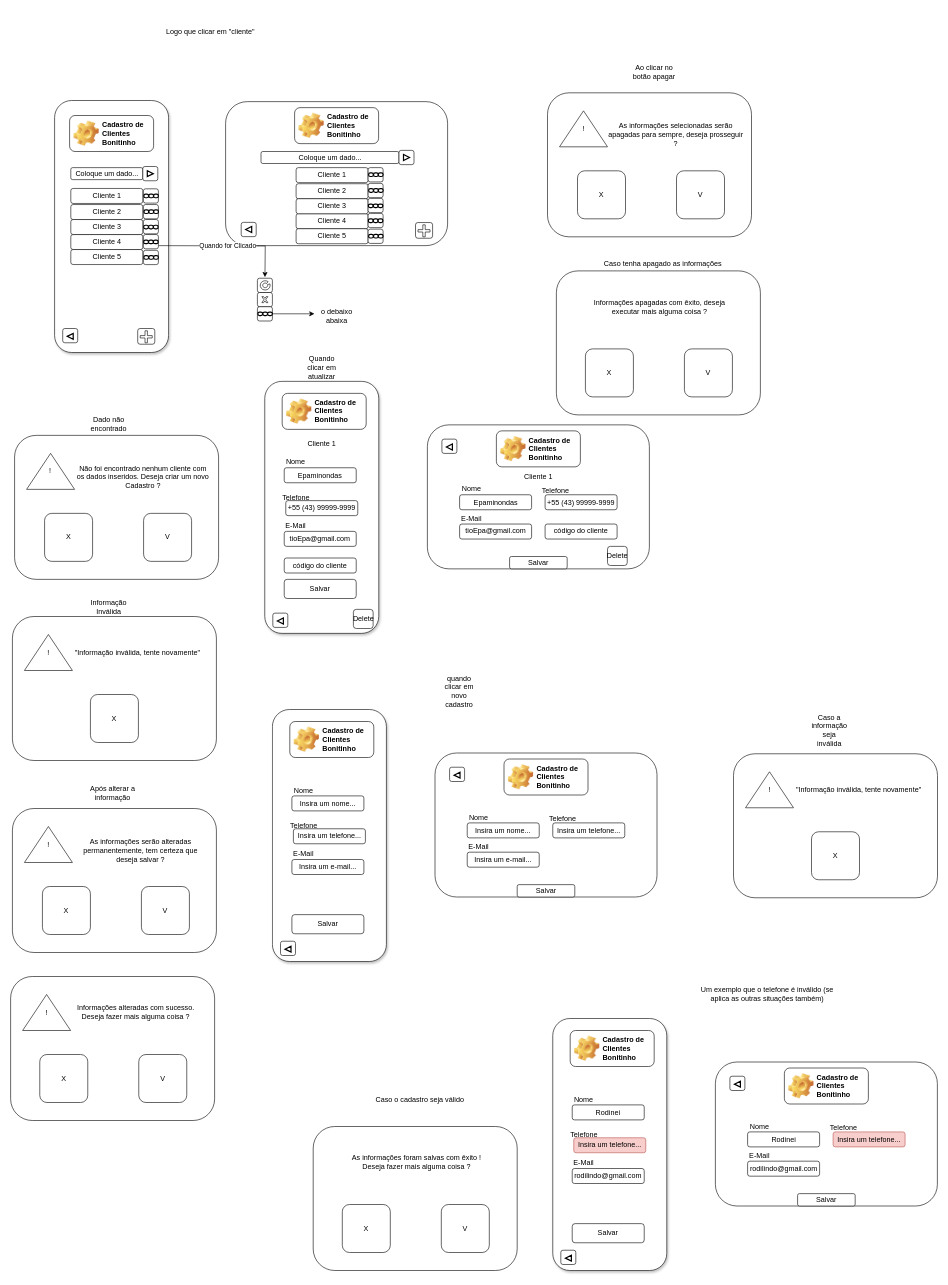
Earlier version of the draw.io diagram page "Cadastro de Clientes (desenho)" (3 of 13) of DOC/Fluxograma.drawio (GuilhermeIgarashi7/avatar-Fluxograma). Source tidied: cells renumbered, new cells numbered last; positions are measured from the earlier drawing's top-left corner, leaving out a move shared by most shapes. Both pictures are drawn from the tidied source at 60%, with x=0, y=0 at pixel (10, 10).
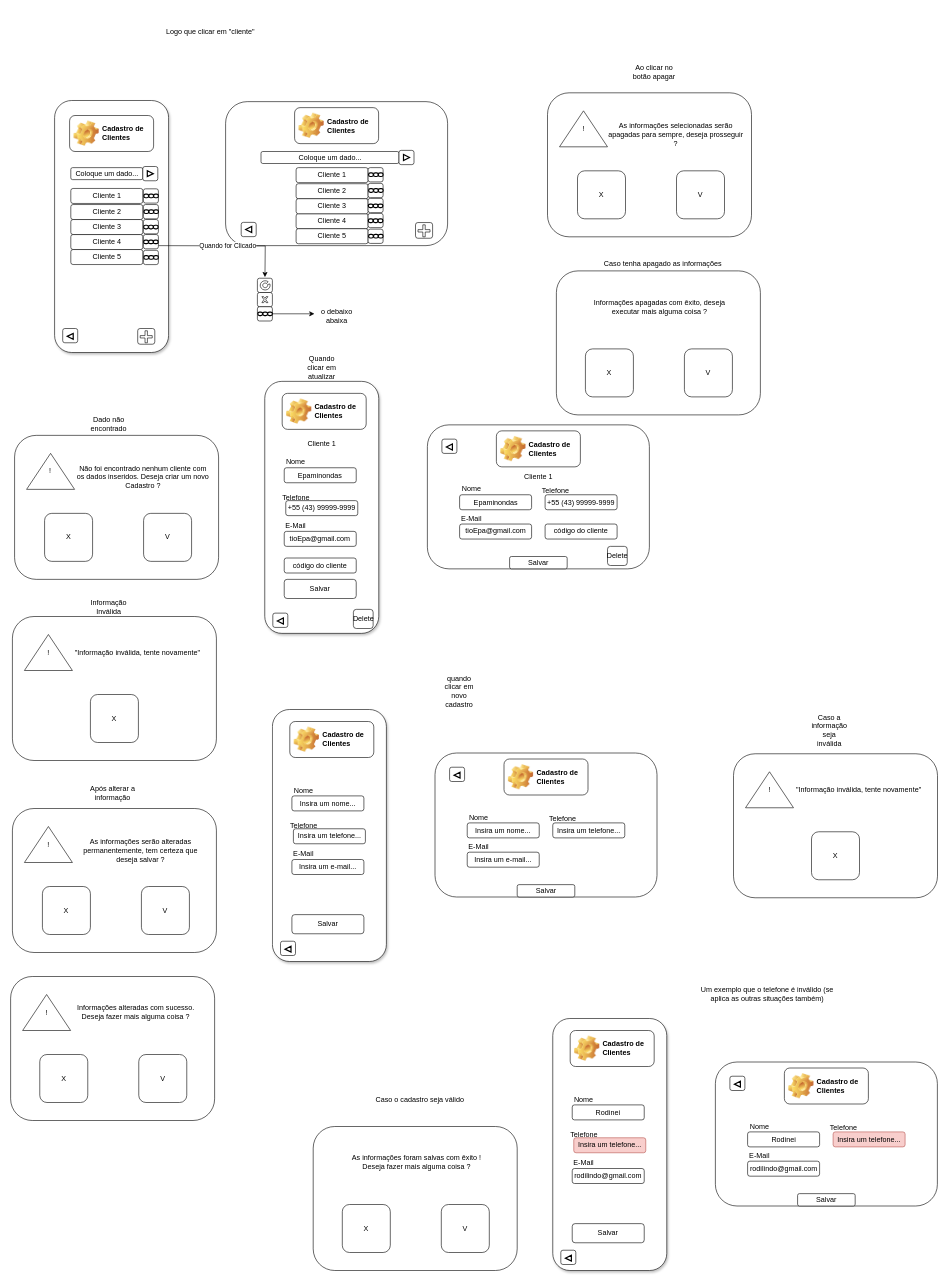
Above is the later version.

Commit message (it also covers changes not shown here):
Falta só o cadastro de estoque

Change to the diagram source:
```diff
@@
-    <mxCell id="4" value="Cadastro de Clientes Bonitinho" style="label;whiteSpace=wrap;html=1;image=img/clipart/Gear_128x128.png;" parent="1" vertex="1">
+    <mxCell id="4" value="Cadastro de Clientes " style="label;whiteSpace=wrap;html=1;image=img/clipart/Gear_128x128.png;" parent="1" vertex="1">
       <mxGeometry x="98.5" y="175" width="140" height="60" as="geometry" />
     </mxCell>
@@
-    <mxCell id="13" value="Cadastro de Clientes Bonitinho" style="label;whiteSpace=wrap;html=1;image=img/clipart/Gear_128x128.png;" parent="1" vertex="1">
+    <mxCell id="13" value="Cadastro de Clientes " style="label;whiteSpace=wrap;html=1;image=img/clipart/Gear_128x128.png;" parent="1" vertex="1">
       <mxGeometry x="452.8" y="638.1" width="140" height="60" as="geometry" />
     </mxCell>
@@
-    <mxCell id="29" value="Cadastro de Clientes Bonitinho" style="label;whiteSpace=wrap;html=1;image=img/clipart/Gear_128x128.png;" parent="1" vertex="1">
+    <mxCell id="29" value="Cadastro de Clientes " style="label;whiteSpace=wrap;html=1;image=img/clipart/Gear_128x128.png;" parent="1" vertex="1">
       <mxGeometry x="473.5" y="161.9" width="140" height="60" as="geometry" />
     </mxCell>
@@
-    <mxCell id="38" value="Cadastro de Clientes Bonitinho" style="label;whiteSpace=wrap;html=1;image=img/clipart/Gear_128x128.png;" parent="1" vertex="1">
+    <mxCell id="38" value="Cadastro de Clientes " style="label;whiteSpace=wrap;html=1;image=img/clipart/Gear_128x128.png;" parent="1" vertex="1">
       <mxGeometry x="809.8" y="700.6" width="140" height="60" as="geometry" />
     </mxCell>
@@
-    <mxCell id="143" value="Cadastro de Clientes Bonitinho" style="label;whiteSpace=wrap;html=1;image=img/clipart/Gear_128x128.png;" parent="1" vertex="1">
+    <mxCell id="143" value="Cadastro de Clientes " style="label;whiteSpace=wrap;html=1;image=img/clipart/Gear_128x128.png;" parent="1" vertex="1">
       <mxGeometry x="465.5" y="1185" width="140" height="60" as="geometry" />
     </mxCell>
@@
-    <mxCell id="149" value="Cadastro de Clientes Bonitinho" style="label;whiteSpace=wrap;html=1;image=img/clipart/Gear_128x128.png;" parent="1" vertex="1">
+    <mxCell id="149" value="Cadastro de Clientes " style="label;whiteSpace=wrap;html=1;image=img/clipart/Gear_128x128.png;" parent="1" vertex="1">
       <mxGeometry x="822.5" y="1247.5" width="140" height="60" as="geometry" />
     </mxCell>
@@
-    <mxCell id="173" value="Cadastro de Clientes Bonitinho" style="label;whiteSpace=wrap;html=1;image=img/clipart/Gear_128x128.png;" parent="1" vertex="1">
+    <mxCell id="173" value="Cadastro de Clientes " style="label;whiteSpace=wrap;html=1;image=img/clipart/Gear_128x128.png;" parent="1" vertex="1">
       <mxGeometry x="932.8" y="1700" width="140" height="60" as="geometry" />
     </mxCell>
@@
-    <mxCell id="179" value="Cadastro de Clientes Bonitinho" style="label;whiteSpace=wrap;html=1;image=img/clipart/Gear_128x128.png;" parent="1" vertex="1">
+    <mxCell id="179" value="Cadastro de Clientes " style="label;whiteSpace=wrap;html=1;image=img/clipart/Gear_128x128.png;" parent="1" vertex="1">
       <mxGeometry x="1289.8" y="1762.5" width="140" height="60" as="geometry" />
     </mxCell>
```
